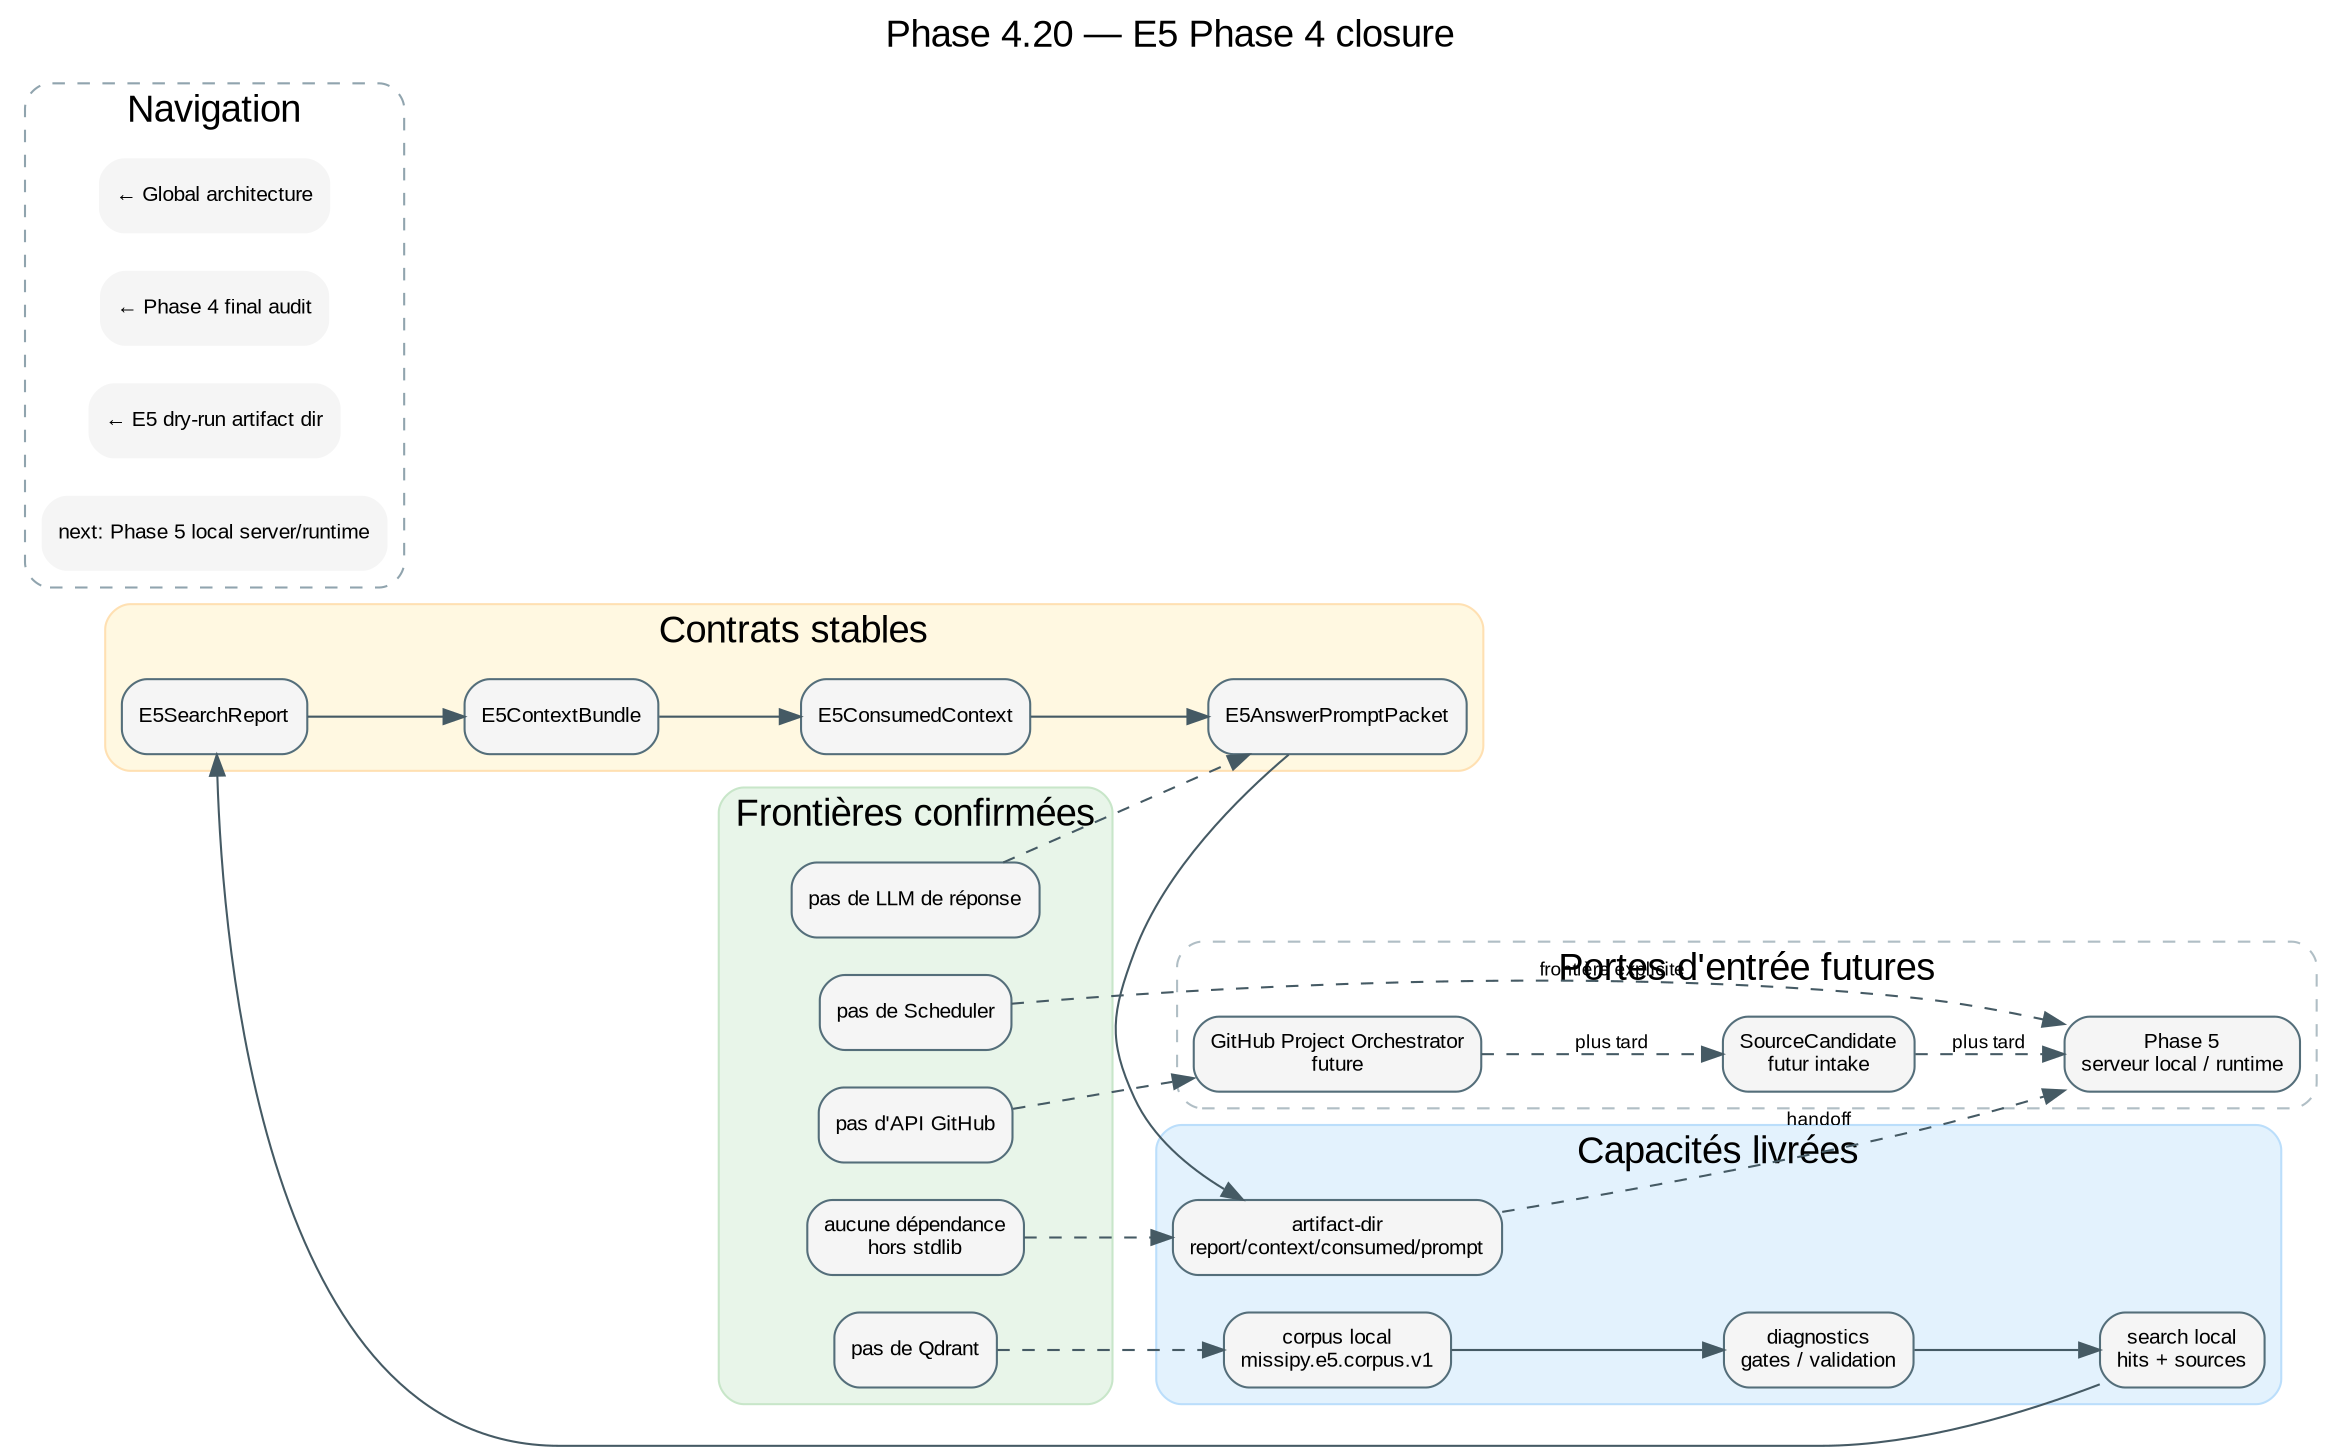
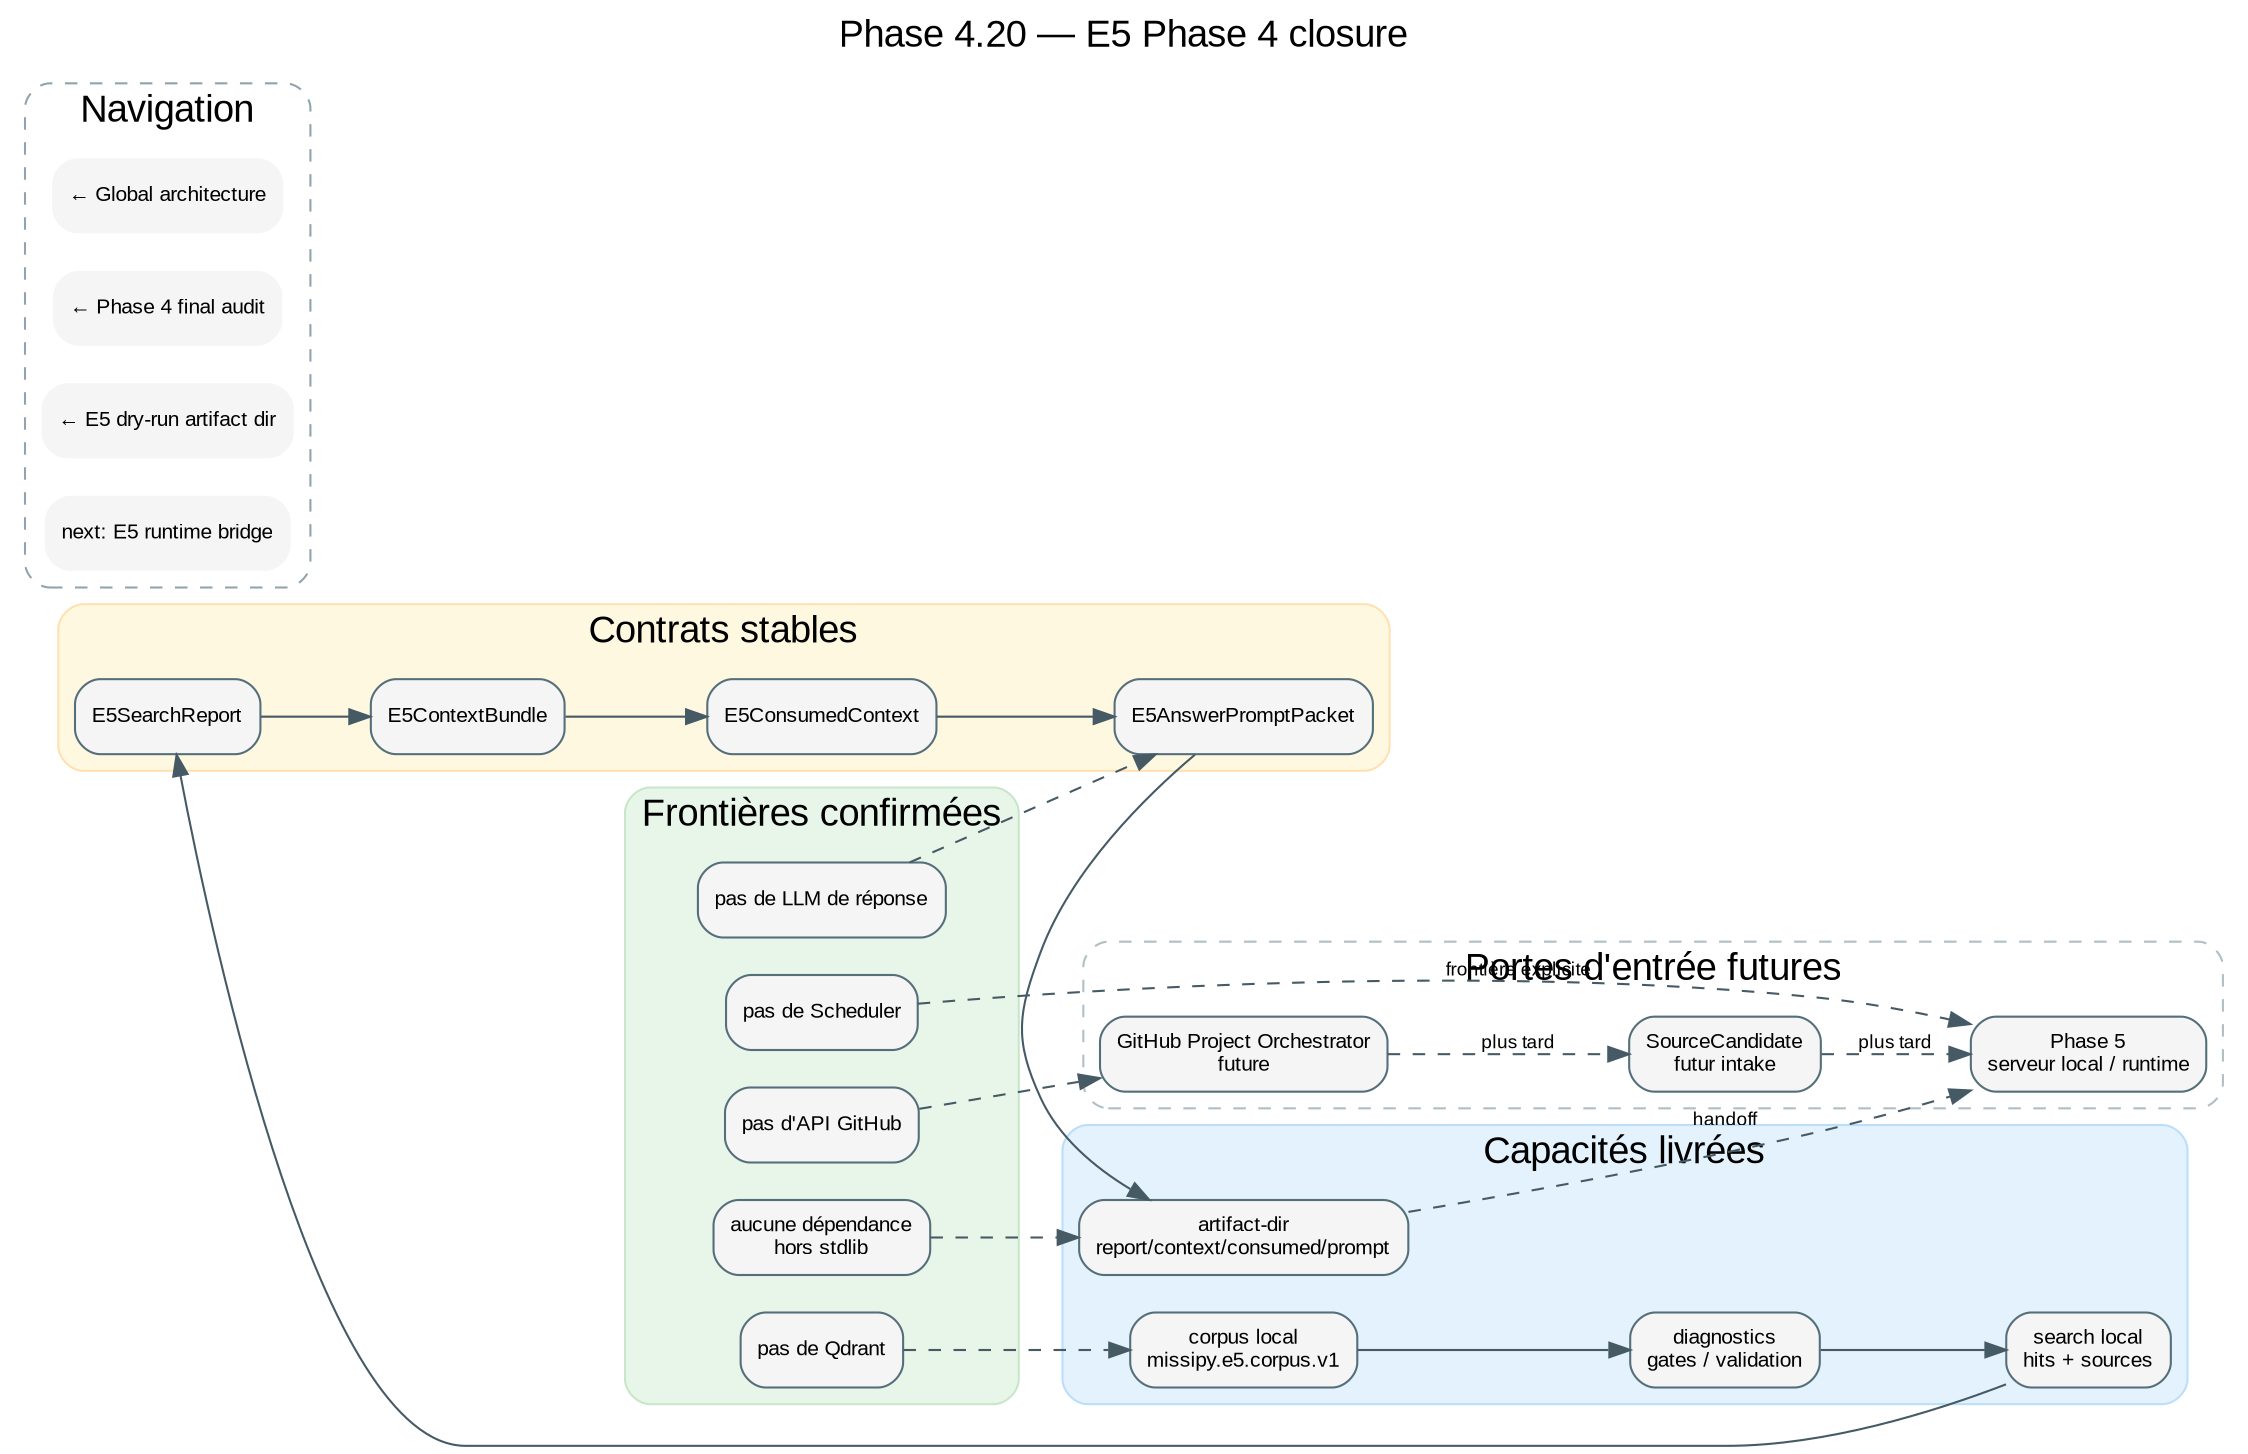
digraph E5Phase4Closure {
  graph [
    label="Phase 4.20 — E5 Phase 4 closure",
    labelloc=t,
    fontsize=18,
    fontname="Arial",
    rankdir=LR,
    bgcolor="#ffffff"
  ];

  node [shape=box, style="rounded,filled", fontname="Arial", fontsize=10, fillcolor="#f5f5f5", color="#546e7a"];
  edge [fontname="Arial", fontsize=9, color="#455a64"];

  // ROADMAP_PARENT: inference/73_e5_phase4_final_audit.dot

  subgraph cluster_capabilities {
    label="Capacités livrées";
    style="rounded,filled";
    color="#bbdefb";
    fillcolor="#e3f2fd";

    Corpus [label="corpus local\nmissipy.e5.corpus.v1"];
    Gates [label="diagnostics\ngates / validation"];
    Search [label="search local\nhits + sources"];
    Artifacts [label="artifact-dir\nreport/context/consumed/prompt"];
  }

  subgraph cluster_contracts {
    label="Contrats stables";
    style="rounded,filled";
    color="#ffe0b2";
    fillcolor="#fff8e1";

    Report [label="E5SearchReport"];
    Bundle [label="E5ContextBundle", URL="68_e5_context_bundle.svg"];
    Consumed [label="E5ConsumedContext", URL="69_e5_context_consumer.svg"];
    Prompt [label="E5AnswerPromptPacket", URL="70_e5_answer_prompt_packet.svg"];
  }

  subgraph cluster_boundaries {
    label="Frontières confirmées";
    style="rounded,filled";
    color="#c8e6c9";
    fillcolor="#e8f5e9";

    NoScheduler [label="pas de Scheduler"];
    NoQdrant [label="pas de Qdrant"];
    NoLLM [label="pas de LLM de réponse"];
    NoGitHub [label="pas d'API GitHub"];
    Stdlib [label="aucune dépendance\nhors stdlib"];
  }

  subgraph cluster_future {
    label="Portes d'entrée futures";
    style="rounded,dashed";
    color="#b0bec5";

    Phase5 [label="Phase 5\nserveur local / runtime"];
    SourceCandidate [label="SourceCandidate\nfutur intake", URL="../integrations/91_source_candidate_lifecycle.svg"];
    GitHubProject [label="GitHub Project Orchestrator\nfuture", URL="../integrations/90_github_project_orchestrator.svg"];
  }

  Corpus -> Gates;
  Gates -> Search;
  Search -> Report;
  Report -> Bundle;
  Bundle -> Consumed;
  Consumed -> Prompt;
  Prompt -> Artifacts;

  NoScheduler -> Phase5 [style=dashed, label="frontière explicite"];
  NoQdrant -> Corpus [style=dashed];
  NoLLM -> Prompt [style=dashed];
  NoGitHub -> GitHubProject [style=dashed];
  Stdlib -> Artifacts [style=dashed];

  Artifacts -> Phase5 [style=dashed, label="handoff"];
  SourceCandidate -> Phase5 [style=dashed, label="plus tard"];
  GitHubProject -> SourceCandidate [style=dashed, label="plus tard"];

  subgraph cluster_navigation {
    label="Navigation";
    style="rounded,dashed";
    color="#90a4ae";

    Global [label="← Global architecture", shape=plaintext, URL="../00_global.svg"];
    Parent [label="← Phase 4 final audit", shape=plaintext, URL="73_e5_phase4_final_audit.svg"];
    DryRun [label="← E5 dry-run artifact dir", shape=plaintext, URL="72_e5_dry_run_artifact_dir.svg"];
-     Next [label="next: Phase 5 local server/runtime", shape=plaintext];
+     Next [label="next: E5 runtime bridge", shape=plaintext, URL="../context/25_e5_runtime_bridge.svg"];
  }

  // HTML_DETAIL[phase4_20]: Clôture Phase 4 ; le moteur E5 local livre des artefacts déterministes et reste hors Scheduler/Qdrant/LLM/GitHub API.
}
